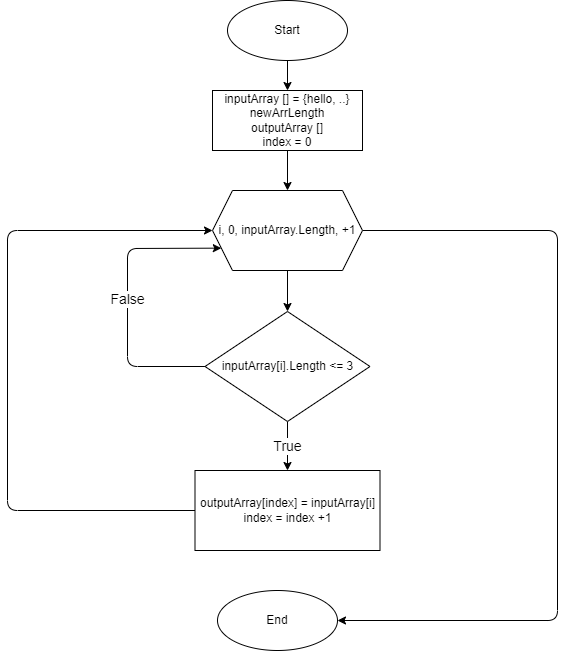
Before: blockscheme.drawio.png, a diagram exported from draw.io (lustfool/ControlWork). Source tidied: cells renumbered, new cells last; positions are measured from the earlier drawing's top-left corner, leaving out a move shared by most shapes. Its diagram source:
```xml
<mxGraphModel>
  <root>
    <mxCell id="0" />
    <mxCell id="1" parent="0" />
    <mxCell id="2" style="edgeStyle=none;html=1;" parent="1" edge="1" source="3" target="5">
      <mxGeometry relative="1" as="geometry" />
    </mxCell>
    <mxCell id="3" value="Start" style="ellipse;whiteSpace=wrap;html=1;" parent="1" vertex="1">
      <mxGeometry x="220" width="120" height="60" as="geometry" />
    </mxCell>
    <mxCell id="4" style="edgeStyle=none;html=1;" parent="1" edge="1" source="5" target="8">
      <mxGeometry relative="1" as="geometry" />
    </mxCell>
    <mxCell id="5" value="inputArray [] = {hello, ..}&lt;br&gt;newArrLength&lt;br&gt;outputArray []&lt;br&gt;index = 0" style="rounded=0;whiteSpace=wrap;html=1;" parent="1" vertex="1">
      <mxGeometry x="205" y="90" width="150" height="60" as="geometry" />
    </mxCell>
    <mxCell id="6" style="edgeStyle=none;html=1;" parent="1" edge="1" source="8" target="11">
      <mxGeometry relative="1" as="geometry" />
    </mxCell>
    <mxCell id="7" style="edgeStyle=none;html=1;fontSize=14;" parent="1" edge="1" source="8" target="14">
      <mxGeometry relative="1" as="geometry">
        <Array as="points">
          <mxPoint x="550" y="230" />
          <mxPoint x="550" y="620" />
        </Array>
      </mxGeometry>
    </mxCell>
    <mxCell id="8" value="i, 0, inputArray.Length, +1" style="shape=hexagon;perimeter=hexagonPerimeter2;whiteSpace=wrap;html=1;fixedSize=1;" parent="1" vertex="1">
      <mxGeometry x="205" y="190" width="150" height="80" as="geometry" />
    </mxCell>
    <mxCell id="9" value="&lt;font style=&quot;font-size: 14px&quot;&gt;True&lt;/font&gt;" style="edgeStyle=none;html=1;" parent="1" edge="1" source="11" target="13">
      <mxGeometry relative="1" as="geometry" />
    </mxCell>
    <mxCell id="10" value="False" style="edgeStyle=none;html=1;fontSize=14;entryX=0;entryY=0.75;entryDx=0;entryDy=0;" parent="1" edge="1" source="11" target="8">
      <mxGeometry relative="1" as="geometry">
        <Array as="points">
          <mxPoint x="120" y="366" />
          <mxPoint x="120" y="248" />
        </Array>
      </mxGeometry>
    </mxCell>
    <mxCell id="11" value="inputArray[i].Length &amp;lt;= 3" style="rhombus;whiteSpace=wrap;html=1;" parent="1" vertex="1">
      <mxGeometry x="197.5" y="311" width="165" height="110" as="geometry" />
    </mxCell>
    <mxCell id="12" style="edgeStyle=none;html=1;entryX=0;entryY=0.5;entryDx=0;entryDy=0;fontSize=14;" parent="1" edge="1" source="13" target="8">
      <mxGeometry relative="1" as="geometry">
        <Array as="points">
          <mxPoint y="510" />
          <mxPoint y="230" />
        </Array>
      </mxGeometry>
    </mxCell>
    <mxCell id="13" value="outputArray[index] = inputArray[i]&lt;br&gt;index = index +1" style="rounded=0;whiteSpace=wrap;html=1;" parent="1" vertex="1">
      <mxGeometry x="187.5" y="470" width="185" height="80" as="geometry" />
    </mxCell>
    <mxCell id="14" value="End" style="ellipse;whiteSpace=wrap;html=1;" parent="1" vertex="1">
      <mxGeometry x="210" y="590" width="120" height="60" as="geometry" />
    </mxCell>
  </root>
</mxGraphModel>
```
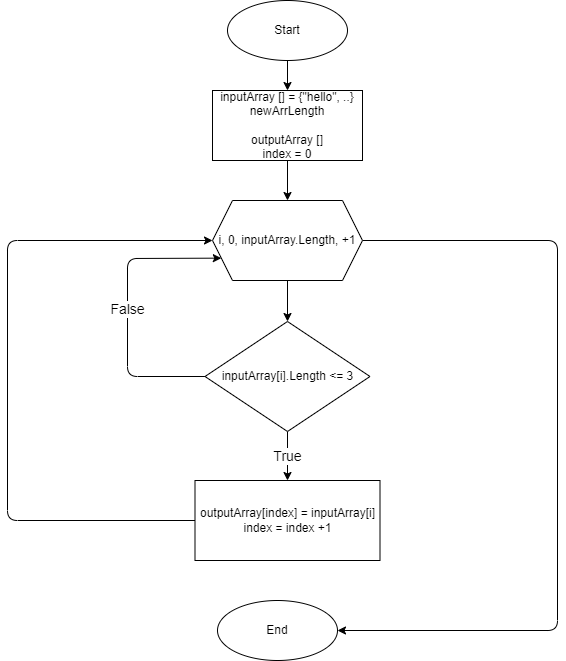
Above is the later version.

Diff of the diagram source:
```diff
@@ -6,13 +6,13 @@
       <mxGeometry relative="1" as="geometry" />
     </mxCell>
     <mxCell id="3" value="Start" style="ellipse;whiteSpace=wrap;html=1;" parent="1" vertex="1">
-      <mxGeometry x="220" width="120" height="60" as="geometry" />
+      <mxGeometry x="220" y="-10" width="120" height="60" as="geometry" />
     </mxCell>
     <mxCell id="4" style="edgeStyle=none;html=1;" parent="1" edge="1" source="5" target="8">
       <mxGeometry relative="1" as="geometry" />
     </mxCell>
-    <mxCell id="5" value="inputArray [] = {hello, ..}&lt;br&gt;newArrLength&lt;br&gt;outputArray []&lt;br&gt;index = 0" style="rounded=0;whiteSpace=wrap;html=1;" parent="1" vertex="1">
-      <mxGeometry x="205" y="90" width="150" height="60" as="geometry" />
+    <mxCell id="5" value="inputArray [] = {&quot;hello&quot;, ..}&lt;br&gt;newArrLength&lt;br&gt;&lt;br&gt;outputArray []&lt;br&gt;index = 0" style="rounded=0;whiteSpace=wrap;html=1;" parent="1" vertex="1">
+      <mxGeometry x="205" y="80" width="150" height="70" as="geometry" />
     </mxCell>
     <mxCell id="6" style="edgeStyle=none;html=1;" parent="1" edge="1" source="8" target="11">
       <mxGeometry relative="1" as="geometry" />
```
